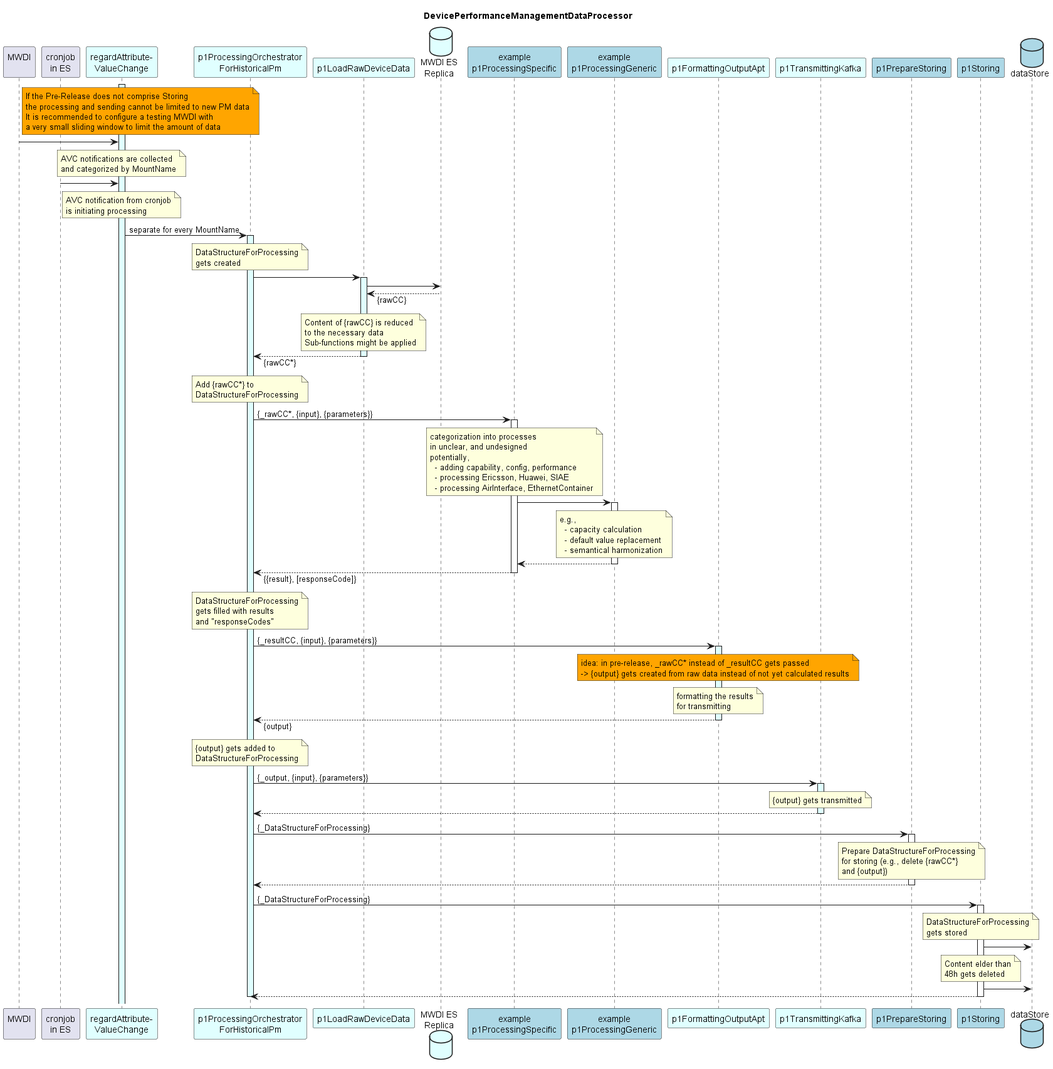
This is spec/diagrams/highlevelOverview/00_hl_overview.png from openBackhaul/DevicePerformanceManagementDataProcessor, a PlantUML export, as it was before one commit.
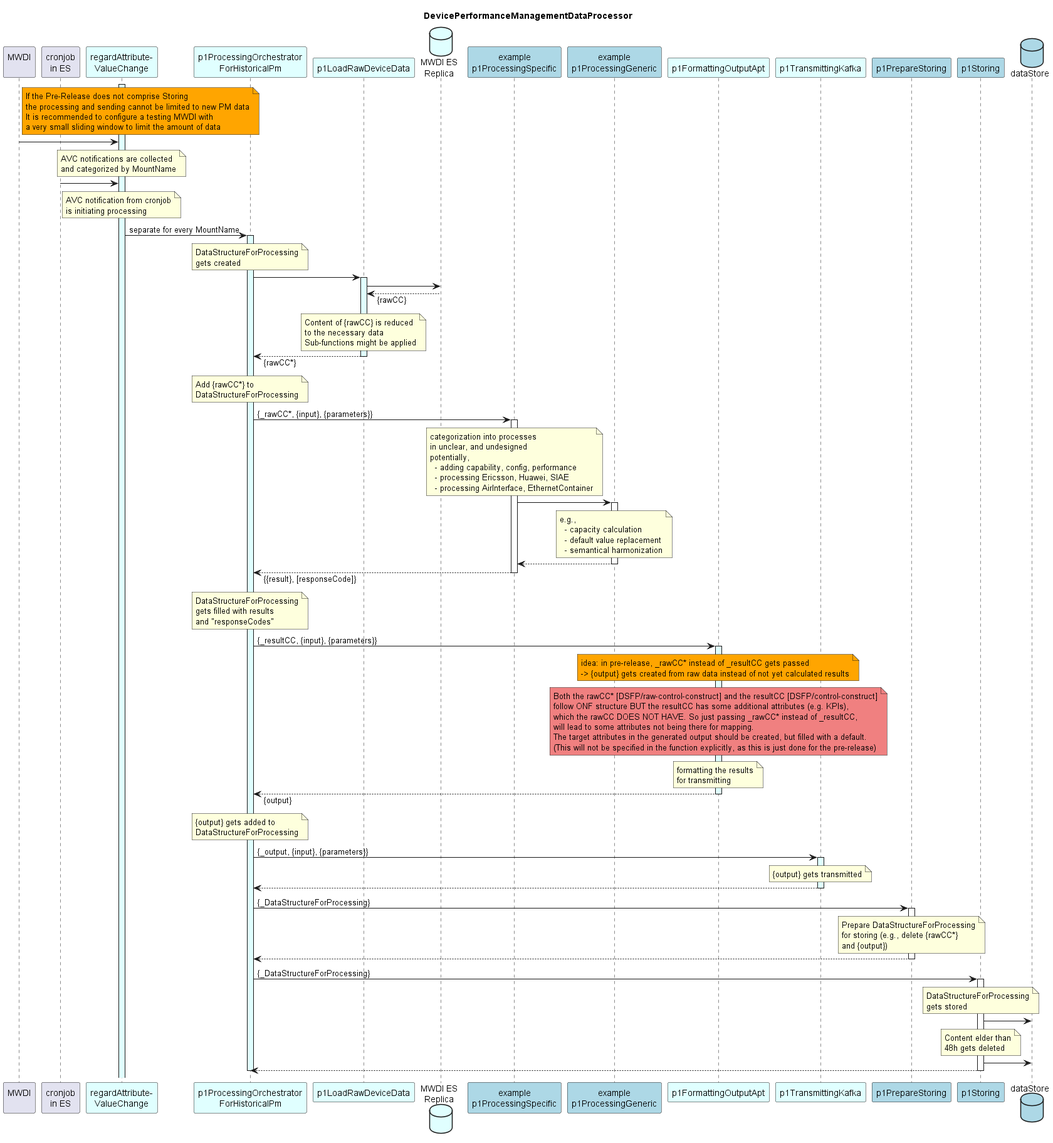
The same file after the commit.

Commit message:
added pre-release note about diffs in resultCC and rawCC data

Change to the diagram source:
```diff
@@ -114,6 +114,14 @@
       idea: in pre-release, _rawCC* instead of _resultCC gets passed
       -> {output} gets created from raw data instead of not yet calculated results
     end note
+    note over p1Output #LightCoral
+      Both the rawCC* [DSFP/raw-control-construct] and the resultCC [DSFP/control-construct]
+      follow ONF structure BUT the resultCC has some additional attributes (e.g. KPIs),
+      which the rawCC DOES NOT HAVE. So just passing _rawCC* instead of _resultCC,
+      will lead to some attributes not being there for mapping.
+      The target attributes in the generated output should be created, but filled with a default.
+      (This will not be specified in the function explicitly, as this is just done for the pre-release)
+    end note
 
     note over p1Output
       formatting the results
```
